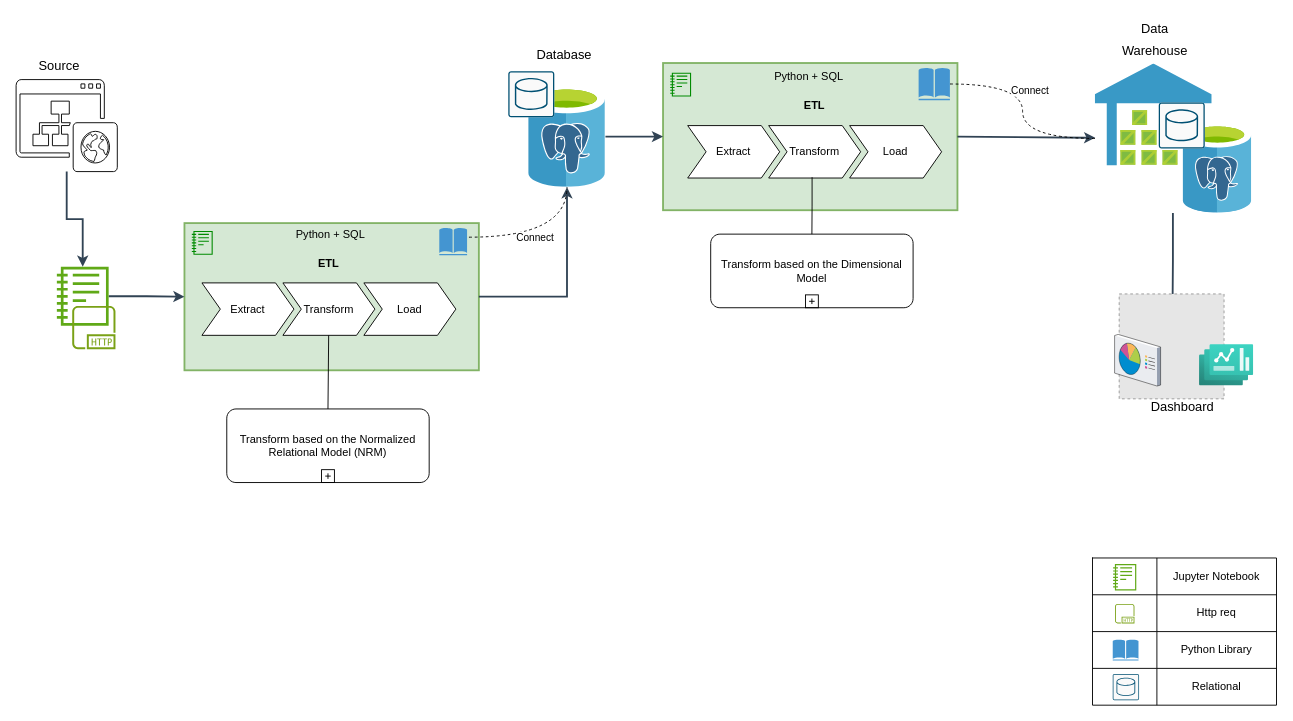
The draw.io diagram page "Data Architecture" (1 of 4) of DECapstone diagrams.drawio in vinsanity2022/SPARTACapstone, before the edit. Source tidied: cells renumbered, new cells numbered last; positions are measured from the earlier drawing's top-left corner, leaving out a move shared by most shapes. Both pictures are drawn from the tidied source at 92%, with x=0, y=0 at pixel (16, 24). Pictures stored in the file or linked from it are replaced by grey dashed boxes.
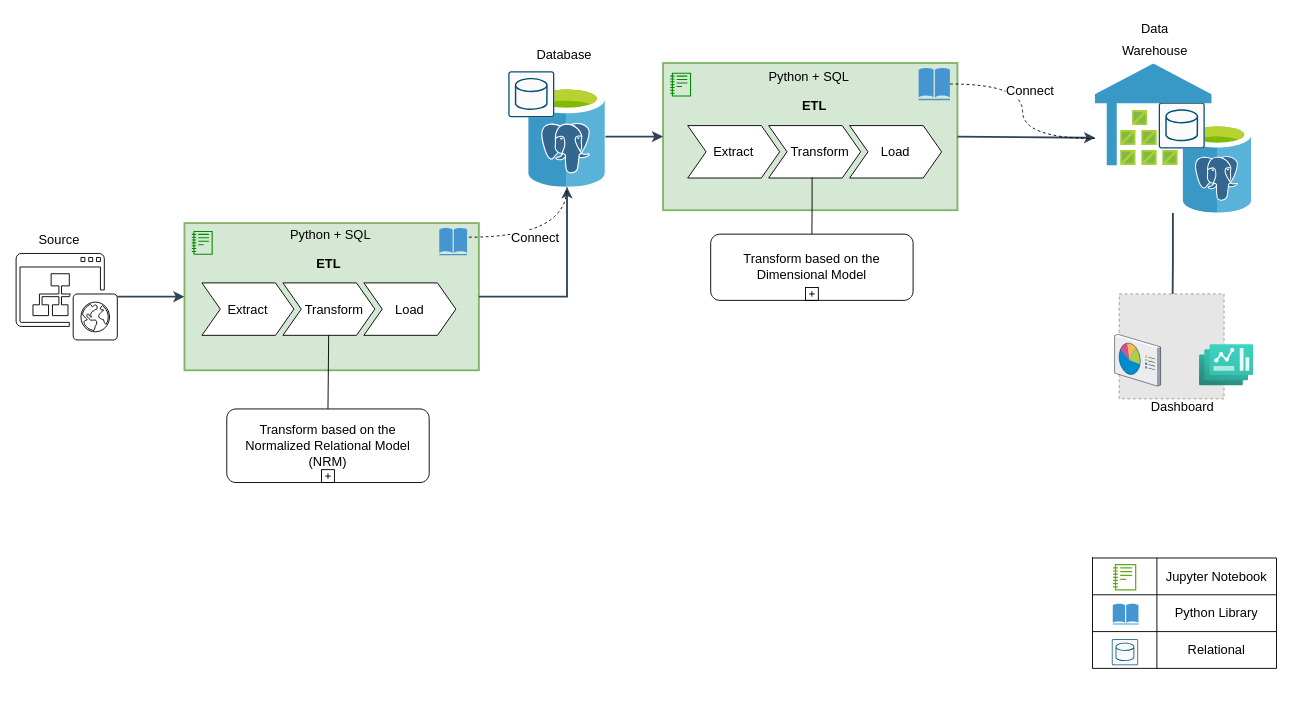
Above is the later version.

The change refers to these unchanged cells:
```xml
<mxCell id="3" style="shape=tableRow;horizontal=0;startSize=0;swimlaneHead=0;swimlaneBody=0;strokeColor=inherit;top=0;left=0;bottom=0;right=0;fillColor=none;rounded=0;" parent="2" vertex="1">
  <mxGeometry width="200" height="40" as="geometry" />
</mxCell>
<mxCell id="16" style="rounded=0;whiteSpace=wrap;html=1;absoluteArcSize=1;arcSize=14;strokeWidth=2;fillColor=#d5e8d4;strokeColor=#82b366;" parent="1" vertex="1">
  <mxGeometry x="183" y="216" width="320" height="160" as="geometry" />
</mxCell>
<mxCell id="28" style="points=[[0.25,0,0],[0.5,0,0],[0.75,0,0],[1,0.25,0],[1,0.5,0],[1,0.75,0],[0.75,1,0],[0.5,1,0],[0.25,1,0],[0,0.75,0],[0,0.5,0],[0,0.25,0]];shape=mxgraph.bpmn.task;whiteSpace=wrap;rectStyle=rounded;size=10;html=1;taskMarker=abstract;isLoopSub=1;rounded=0;" parent="1" vertex="1">
  <mxGeometry x="229" y="418" width="220" height="80" as="geometry" />
</mxCell>
<mxCell id="50" style="endArrow=none;dashed=1;html=1;rounded=0;edgeStyle=orthogonalEdgeStyle;curved=1;" parent="1" edge="1" source="52" target="37">
  <mxGeometry relative="1" as="geometry" />
</mxCell>
<mxCell id="57" style="endArrow=none;dashed=1;html=1;rounded=0;exitX=1.067;exitY=0.344;exitDx=0;exitDy=0;exitPerimeter=0;edgeStyle=orthogonalEdgeStyle;curved=1;" parent="1" edge="1" source="47" target="21">
  <mxGeometry relative="1" as="geometry" />
</mxCell>
```

Change to the diagram source:
```diff
@@
     <mxCell id="2" style="shape=table;startSize=0;childLayout=tableLayout;rounded=0;" parent="1" vertex="1">
-      <mxGeometry x="1170" y="580" width="200" height="160" as="geometry" />
+      <mxGeometry x="1170" y="580" width="200" height="120" as="geometry" />
     </mxCell>
@@
-    <mxCell id="5" value="Jupyter Notebook" style="shape=partialRectangle;html=1;whiteSpace=wrap;strokeColor=inherit;overflow=hidden;fillColor=none;top=0;left=0;bottom=0;right=0;rounded=0;" parent="3" vertex="1">
+    <mxCell id="5" value="&lt;font style=&quot;font-size: 14px;&quot;&gt;Jupyter Notebook&lt;/font&gt;" style="shape=partialRectangle;html=1;whiteSpace=wrap;strokeColor=inherit;overflow=hidden;fillColor=none;top=0;left=0;bottom=0;right=0;rounded=0;" parent="3" vertex="1">
       <mxGeometry x="70" width="130" height="40" as="geometry" />
     </mxCell>
-    <mxCell id="6" style="shape=tableRow;horizontal=0;startSize=0;swimlaneHead=0;swimlaneBody=0;strokeColor=inherit;top=0;left=0;bottom=0;right=0;fillColor=none;rounded=0;" parent="2" vertex="1">
-      <mxGeometry y="40" width="200" height="40" as="geometry" />
-    </mxCell>
-    <mxCell id="7" style="shape=partialRectangle;html=1;whiteSpace=wrap;strokeColor=inherit;overflow=hidden;fillColor=none;top=0;left=0;bottom=0;right=0;rounded=0;" parent="6" vertex="1">
-      <mxGeometry width="70" height="40" as="geometry" />
-    </mxCell>
-    <mxCell id="8" value="Http req" style="shape=partialRectangle;html=1;whiteSpace=wrap;strokeColor=inherit;overflow=hidden;fillColor=none;top=0;left=0;bottom=0;right=0;rounded=0;" parent="6" vertex="1">
-      <mxGeometry x="70" width="130" height="40" as="geometry" />
-    </mxCell>
     <mxCell id="9" style="shape=tableRow;horizontal=0;startSize=0;swimlaneHead=0;swimlaneBody=0;strokeColor=inherit;top=0;left=0;bottom=0;right=0;fillColor=none;rounded=0;" parent="2" vertex="1">
-      <mxGeometry y="80" width="200" height="40" as="geometry" />
+      <mxGeometry y="40" width="200" height="40" as="geometry" />
     </mxCell>
@@
-    <mxCell id="11" value="Python Library" style="shape=partialRectangle;html=1;whiteSpace=wrap;strokeColor=inherit;overflow=hidden;fillColor=none;top=0;left=0;bottom=0;right=0;rounded=0;" parent="9" vertex="1">
+    <mxCell id="11" value="&lt;font style=&quot;font-size: 14px;&quot;&gt;Python Library&lt;/font&gt;" style="shape=partialRectangle;html=1;whiteSpace=wrap;strokeColor=inherit;overflow=hidden;fillColor=none;top=0;left=0;bottom=0;right=0;rounded=0;" parent="9" vertex="1">
       <mxGeometry x="70" width="130" height="40" as="geometry" />
     </mxCell>
     <mxCell id="12" style="shape=tableRow;horizontal=0;startSize=0;swimlaneHead=0;swimlaneBody=0;strokeColor=inherit;top=0;left=0;bottom=0;right=0;fillColor=none;rounded=0;" parent="2" vertex="1">
-      <mxGeometry y="120" width="200" height="40" as="geometry" />
+      <mxGeometry y="80" width="200" height="40" as="geometry" />
     </mxCell>
@@
-    <mxCell id="14" value="Relational" style="shape=partialRectangle;html=1;whiteSpace=wrap;strokeColor=inherit;overflow=hidden;fillColor=none;top=0;left=0;bottom=0;right=0;rounded=0;" parent="12" vertex="1">
+    <mxCell id="14" value="&lt;font style=&quot;font-size: 14px;&quot;&gt;Relational&lt;/font&gt;" style="shape=partialRectangle;html=1;whiteSpace=wrap;strokeColor=inherit;overflow=hidden;fillColor=none;top=0;left=0;bottom=0;right=0;rounded=0;" parent="12" vertex="1">
       <mxGeometry x="70" width="130" height="40" as="geometry" />
     </mxCell>
@@
     <mxCell id="17" style="sketch=0;shadow=0;dashed=0;html=1;fillColor=none;labelPosition=center;verticalLabelPosition=bottom;verticalAlign=top;outlineConnect=0;align=center;shape=mxgraph.office.sites.website_public;rounded=0;" parent="1" vertex="1">
-      <mxGeometry y="60" width="110" height="100" as="geometry" />
+      <mxGeometry y="249" width="110" height="94" as="geometry" />
     </mxCell>
-    <mxCell id="18" style="edgeStyle=orthogonalEdgeStyle;rounded=0;jettySize=auto;html=1;fillColor=#647687;strokeColor=#314354;strokeWidth=2;" parent="1" edge="1" source="19" target="16">
-      <mxGeometry relative="1" as="geometry" />
-    </mxCell>
-    <mxCell id="19" style="sketch=0;outlineConnect=0;fontColor=#ffffff;fillColor=#60a917;strokeColor=#2D7600;dashed=0;verticalLabelPosition=bottom;verticalAlign=top;align=center;html=1;fontSize=12;fontStyle=0;shape=mxgraph.aws4.sagemaker_notebook;rounded=0;" parent="1" vertex="1">
-      <mxGeometry x="44.3" y="262" width="56.3" height="67" as="geometry" />
-    </mxCell>
@@
-    <mxCell id="22" value="ETL" style="swimlane;horizontal=1;fillColor=none;strokeColor=none;stackBorder=10;align=center;whiteSpace=wrap;html=1;startSize=23;rounded=0;" parent="1" vertex="1">
+    <mxCell id="22" value="&lt;font style=&quot;font-size: 14px;&quot;&gt;ETL&lt;/font&gt;" style="swimlane;horizontal=1;fillColor=none;strokeColor=none;stackBorder=10;align=center;whiteSpace=wrap;html=1;startSize=23;rounded=0;" parent="1" vertex="1">
       <mxGeometry x="192" y="248" width="296" height="100" as="geometry" />
     </mxCell>
-    <mxCell id="23" value="Extract" style="shape=step;perimeter=stepPerimeter;fixedSize=1;whiteSpace=wrap;html=1;rounded=0;" parent="22" vertex="1">
+    <mxCell id="23" value="&lt;font style=&quot;font-size: 14px;&quot;&gt;Extract&lt;/font&gt;" style="shape=step;perimeter=stepPerimeter;fixedSize=1;whiteSpace=wrap;html=1;rounded=0;" parent="22" vertex="1">
       <mxGeometry x="10" y="33" width="100" height="57" as="geometry" />
     </mxCell>
-    <mxCell id="24" value="Transform" style="shape=step;perimeter=stepPerimeter;fixedSize=1;points=[];whiteSpace=wrap;html=1;rounded=0;" parent="22" vertex="1">
+    <mxCell id="24" value="&lt;font style=&quot;font-size: 14px;&quot;&gt;&amp;nbsp; &amp;nbsp;Transform&lt;/font&gt;" style="shape=step;perimeter=stepPerimeter;fixedSize=1;points=[];whiteSpace=wrap;html=1;rounded=0;" parent="22" vertex="1">
       <mxGeometry x="98" y="33" width="100" height="57" as="geometry" />
     </mxCell>
-    <mxCell id="25" value="Load" style="shape=step;perimeter=stepPerimeter;fixedSize=1;whiteSpace=wrap;html=1;rounded=0;" parent="22" vertex="1">
+    <mxCell id="25" value="&lt;font style=&quot;font-size: 14px;&quot;&gt;Load&lt;/font&gt;" style="shape=step;perimeter=stepPerimeter;fixedSize=1;whiteSpace=wrap;html=1;rounded=0;" parent="22" vertex="1">
       <mxGeometry x="186" y="33" width="100" height="57" as="geometry" />
     </mxCell>
@@
-    <mxCell id="29" value="Transform based on the Normalized Relational Model (NRM)" style="text;strokeColor=none;align=center;fillColor=none;html=1;verticalAlign=middle;whiteSpace=wrap;rounded=0;" parent="28" vertex="1">
+    <mxCell id="29" value="&lt;font style=&quot;font-size: 14px;&quot;&gt;Transform based on the Normalized Relational Model (NRM)&lt;/font&gt;" style="text;strokeColor=none;align=center;fillColor=none;html=1;verticalAlign=middle;whiteSpace=wrap;rounded=0;" parent="28" vertex="1">
       <mxGeometry x="9.2" y="7.3" width="201.7" height="65.5" as="geometry" />
     </mxCell>
@@
-    <mxCell id="31" value="ETL" style="swimlane;horizontal=1;fillColor=none;strokeColor=none;stackBorder=10;align=center;whiteSpace=wrap;html=1;startSize=23;rounded=0;" parent="1" vertex="1">
+    <mxCell id="31" value="&lt;font style=&quot;font-size: 14px;&quot;&gt;ETL&lt;/font&gt;" style="swimlane;horizontal=1;fillColor=none;strokeColor=none;stackBorder=10;align=center;whiteSpace=wrap;html=1;startSize=23;rounded=0;" parent="1" vertex="1">
       <mxGeometry x="720" y="77" width="296" height="100" as="geometry" />
     </mxCell>
-    <mxCell id="32" value="Extract" style="shape=step;perimeter=stepPerimeter;fixedSize=1;whiteSpace=wrap;html=1;rounded=0;" parent="31" vertex="1">
+    <mxCell id="32" value="&lt;font style=&quot;font-size: 14px;&quot;&gt;Extract&lt;/font&gt;" style="shape=step;perimeter=stepPerimeter;fixedSize=1;whiteSpace=wrap;html=1;rounded=0;" parent="31" vertex="1">
       <mxGeometry x="10" y="33" width="100" height="57" as="geometry" />
     </mxCell>
-    <mxCell id="33" value="Transform" style="shape=step;perimeter=stepPerimeter;fixedSize=1;points=[];whiteSpace=wrap;html=1;rounded=0;" parent="31" vertex="1">
+    <mxCell id="33" value="&lt;font style=&quot;font-size: 14px;&quot;&gt;&amp;nbsp; &amp;nbsp;Transform&lt;/font&gt;" style="shape=step;perimeter=stepPerimeter;fixedSize=1;points=[];whiteSpace=wrap;html=1;rounded=0;" parent="31" vertex="1">
       <mxGeometry x="98" y="33" width="100" height="57" as="geometry" />
     </mxCell>
-    <mxCell id="34" value="Load" style="shape=step;perimeter=stepPerimeter;fixedSize=1;whiteSpace=wrap;html=1;rounded=0;" parent="31" vertex="1">
+    <mxCell id="34" value="&lt;font style=&quot;font-size: 14px;&quot;&gt;Load&lt;/font&gt;" style="shape=step;perimeter=stepPerimeter;fixedSize=1;whiteSpace=wrap;html=1;rounded=0;" parent="31" vertex="1">
       <mxGeometry x="186" y="33" width="100" height="57" as="geometry" />
     </mxCell>
@@
     <mxCell id="40" style="points=[[0.25,0,0],[0.5,0,0],[0.75,0,0],[1,0.25,0],[1,0.5,0],[1,0.75,0],[0.75,1,0],[0.5,1,0],[0.25,1,0],[0,0.75,0],[0,0.5,0],[0,0.25,0]];shape=mxgraph.bpmn.task;whiteSpace=wrap;rectStyle=rounded;size=10;html=1;taskMarker=abstract;isLoopSub=1;rounded=0;" parent="1" vertex="1">
-      <mxGeometry x="755" y="228" width="220" height="80" as="geometry" />
+      <mxGeometry x="755" y="228" width="220" height="72" as="geometry" />
     </mxCell>
-    <mxCell id="41" value="Transform based on the Dimensional Model" style="text;strokeColor=none;align=center;fillColor=none;html=1;verticalAlign=middle;whiteSpace=wrap;rounded=0;" parent="40" vertex="1">
-      <mxGeometry x="9.2" y="7.3" width="201.7" height="65.5" as="geometry" />
+    <mxCell id="41" value="&lt;font style=&quot;font-size: 14px;&quot;&gt;Transform based on the Dimensional Model&lt;/font&gt;" style="text;strokeColor=none;align=center;fillColor=none;html=1;verticalAlign=middle;whiteSpace=wrap;rounded=0;" parent="40" vertex="1">
+      <mxGeometry x="9.2" y="6.5" width="201.7" height="56.5" as="geometry" />
     </mxCell>
@@
-    <mxCell id="43" value="Python + SQL" style="text;strokeColor=none;align=center;fillColor=none;html=1;verticalAlign=middle;whiteSpace=wrap;rounded=0;" parent="1" vertex="1">
+    <mxCell id="43" value="&lt;font style=&quot;font-size: 14px;&quot;&gt;Python + SQL&lt;/font&gt;" style="text;strokeColor=none;align=center;fillColor=none;html=1;verticalAlign=middle;whiteSpace=wrap;rounded=0;" parent="1" vertex="1">
       <mxGeometry x="202" y="214" width="280" height="30" as="geometry" />
     </mxCell>
-    <mxCell id="44" value="Python + SQL" style="text;strokeColor=none;align=center;fillColor=none;html=1;verticalAlign=middle;whiteSpace=wrap;rounded=0;" parent="1" vertex="1">
+    <mxCell id="44" value="&lt;font style=&quot;font-size: 14px;&quot;&gt;Python + SQL&lt;/font&gt;" style="text;strokeColor=none;align=center;fillColor=none;html=1;verticalAlign=middle;whiteSpace=wrap;rounded=0;" parent="1" vertex="1">
       <mxGeometry x="722" y="42" width="280" height="30" as="geometry" />
     </mxCell>
@@
     <mxCell id="49" style="shadow=0;dashed=0;html=1;strokeColor=none;fillColor=#4495D1;labelPosition=center;verticalLabelPosition=bottom;verticalAlign=top;align=center;shape=mxgraph.veeam.library;rounded=0;" parent="1" vertex="1">
-      <mxGeometry x="1192" y="668.6" width="28" height="22.8" as="geometry" />
+      <mxGeometry x="1192" y="629.6" width="28" height="22.8" as="geometry" />
     </mxCell>
@@
-    <mxCell id="51" value="Connect" style="edgeLabel;html=1;align=center;verticalAlign=middle;rounded=0;" parent="50" vertex="1">
+    <mxCell id="51" value="&lt;font style=&quot;font-size: 14px;&quot;&gt;Connect&lt;/font&gt;" style="edgeLabel;html=1;align=center;verticalAlign=middle;rounded=0;" parent="50" vertex="1">
       <mxGeometry x="-0.21" relative="1" as="geometry">
         <mxPoint x="7" as="offset" />
       </mxGeometry>
     </mxCell>
@@
     <mxCell id="53" style="sketch=0;verticalLabelPosition=bottom;html=1;verticalAlign=top;align=center;shape=mxgraph.cisco19.rect;prIcon=database_relational;fillColor=#FAFAFA;strokeColor=#005073;rounded=0;" parent="1" vertex="1">
-      <mxGeometry x="1192" y="706" width="28.6" height="28.6" as="geometry" />
+      <mxGeometry x="1191" y="668" width="28.6" height="28.6" as="geometry" />
     </mxCell>
@@
     <mxCell id="56" value="&lt;font style=&quot;font-size: 14px;&quot; face=&quot;Helvetica&quot;&gt;Source&amp;nbsp;&lt;/font&gt;" style="text;strokeColor=none;align=center;fillColor=none;html=1;verticalAlign=middle;whiteSpace=wrap;rounded=0;fontSize=20;fontFamily=Architects Daughter;" parent="1" vertex="1">
-      <mxGeometry x="19.4" y="28" width="60" height="30" as="geometry" />
+      <mxGeometry x="19.4" y="217" width="60" height="30" as="geometry" />
     </mxCell>
@@
-    <mxCell id="58" value="Connect" style="edgeLabel;html=1;align=center;verticalAlign=middle;rounded=0;" parent="57" vertex="1">
+    <mxCell id="58" value="&lt;font style=&quot;font-size: 14px;&quot;&gt;Connect&lt;/font&gt;" style="edgeLabel;html=1;align=center;verticalAlign=middle;rounded=0;" parent="57" vertex="1">
       <mxGeometry x="-0.21" relative="1" as="geometry">
         <mxPoint x="7" as="offset" />
       </mxGeometry>
     </mxCell>
@@
-    <mxCell id="61" style="edgeStyle=orthogonalEdgeStyle;rounded=0;jettySize=auto;html=1;fillColor=#647687;strokeColor=#314354;strokeWidth=2;" parent="1" edge="1" source="17" target="19">
+    <mxCell id="61" style="edgeStyle=orthogonalEdgeStyle;rounded=0;jettySize=auto;html=1;fillColor=#647687;strokeColor=#314354;strokeWidth=2;entryX=0;entryY=0.5;entryDx=0;entryDy=0;" parent="1" edge="1" source="17" target="16">
       <mxGeometry relative="1" as="geometry" />
     </mxCell>
-    <mxCell id="62" style="sketch=0;fontColor=#232F3E;gradientColor=none;fillColor=#7AA116;strokeColor=none;dashed=0;verticalLabelPosition=bottom;verticalAlign=top;align=center;html=1;fontSize=12;fontStyle=0;shape=mxgraph.aws4.http_protocol;rounded=1;hachureGap=4;jiggle=2;curveFitting=1;fontFamily=Architects Daughter;" parent="1" vertex="1">
-      <mxGeometry x="61" y="306" width="47" height="47" as="geometry" />
-    </mxCell>
-    <mxCell id="63" style="sketch=0;fontColor=#232F3E;gradientColor=none;fillColor=#7AA116;strokeColor=none;dashed=0;verticalLabelPosition=bottom;verticalAlign=top;align=center;html=1;fontSize=12;fontStyle=0;shape=mxgraph.aws4.http_protocol;rounded=1;hachureGap=4;jiggle=2;curveFitting=1;fontFamily=Architects Daughter;" parent="1" vertex="1">
-      <mxGeometry x="1194.5" y="630" width="21.1" height="21.1" as="geometry" />
-    </mxCell>
```
